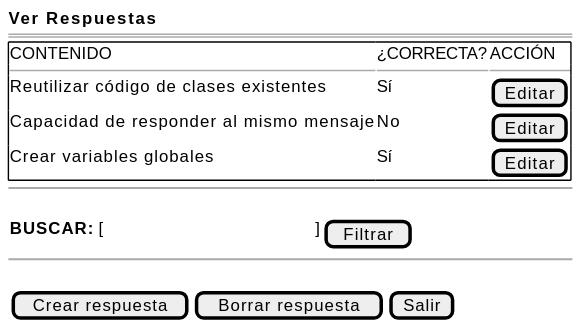
Earlier version of the PlantUML export documents/casos-de-uso/prototipadoCasosDeUso/verRespuestas/verRespuestas.svg (martinlopez7/25-26-IdSw1-SdR).
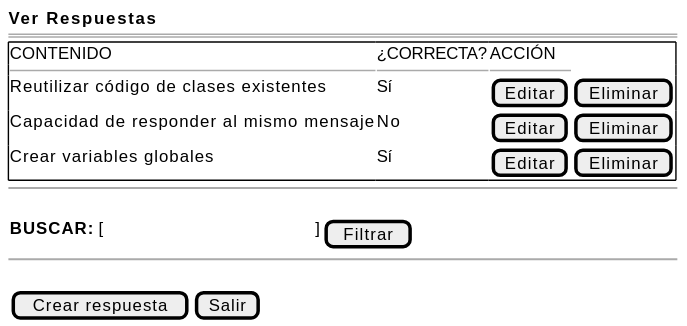
Later version of the same file.

Change to the diagram source:
```diff
@@ -4,16 +4,16 @@
 ===
 {+  CONTENIDO| ¿CORRECTA?| ACCIÓN
   --|--|--
-  Reutilizar código de clases existentes | Sí| [Editar]
-  Capacidad de responder al mismo mensaje | No | [Editar]
-  Crear variables globales | Sí | [Editar]
+  Reutilizar código de clases existentes | Sí| [Editar] | [Eliminar]
+  Capacidad de responder al mismo mensaje | No | [Editar]  | [Eliminar]
+  Crear variables globales | Sí | [Editar] | [Eliminar]
   }
   ~~
   .
   {<b>BUSCAR:</b> [                                       ] | [Filtrar]}
   ~~
   .
-  {[Crear respuesta] | [Borrar respuesta] | [Salir]}
+  {[Crear respuesta] | [Salir]}
 }
 
 @endsalt
```
